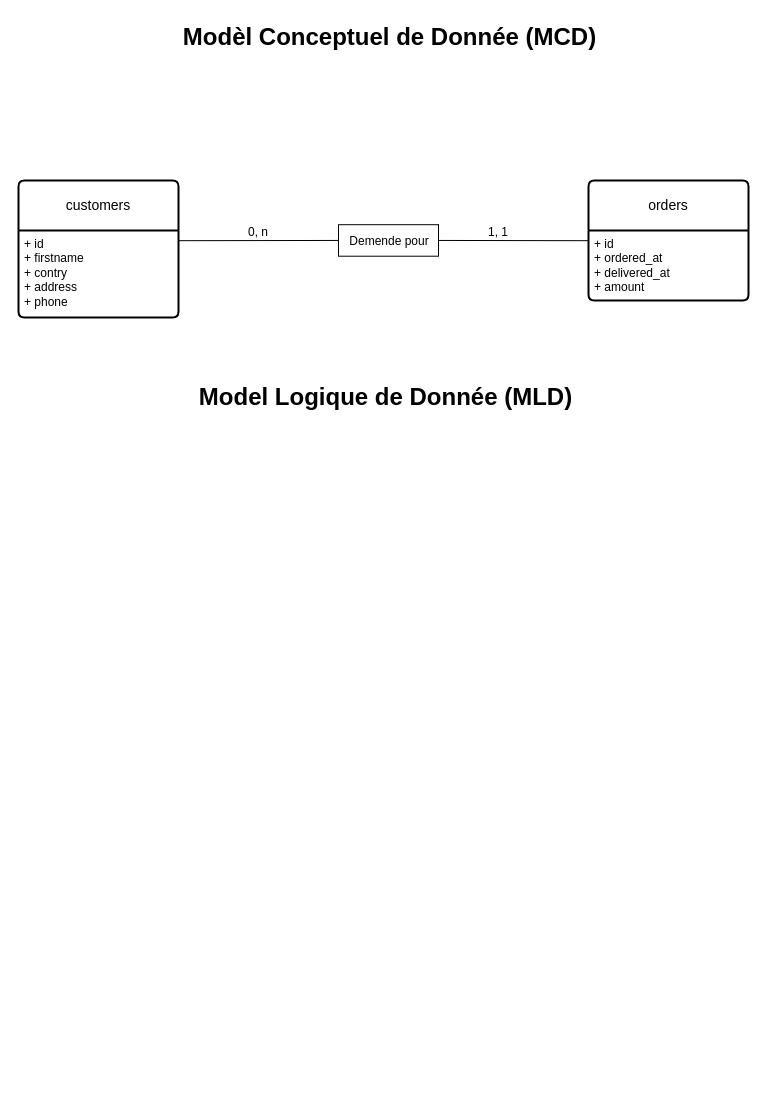
The draw.io diagram SAYNA-MERISESQL-ECOMMERCE.drawio in HenriRenri/SAYNA-MERISESQL-ECOMMERCE, before the edit. Source tidied: cells renumbered, new cells numbered last; positions are measured from the earlier drawing's top-left corner, leaving out a move shared by most shapes. Both pictures are drawn from the tidied source at 100%, with x=0, y=0 at pixel (18, 17).
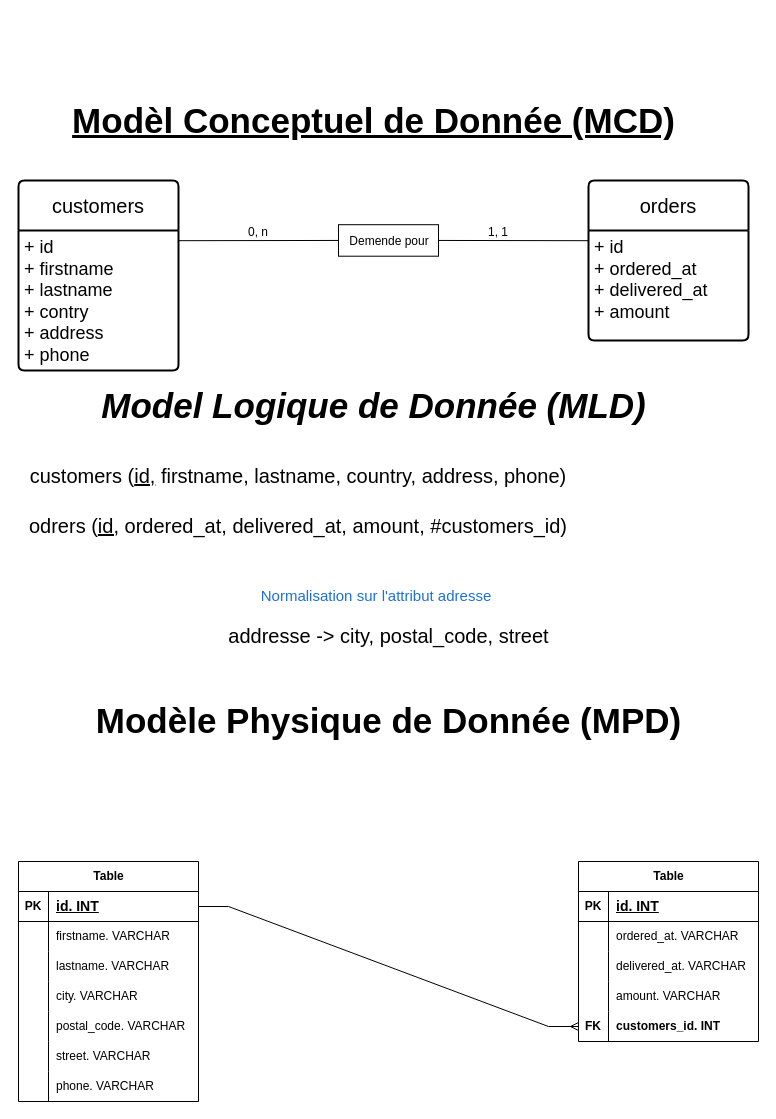
After the change.

Commit message (it also covers changes not shown here):
Mettre à jour SAYNA-MERISESQL-ECOMMERCE.drawio

What changed in the source:
```diff
@@
-    <mxCell id="2" value="customers" style="swimlane;horizontal=1;startSize=50;rounded=1;fontSize=14;fontStyle=0;strokeWidth=2;shadow=0;dashed=0;align=center;arcSize=4;whiteSpace=wrap;html=1;" parent="1" vertex="1">
-      <mxGeometry y="163" width="160" height="137" as="geometry" />
+    <mxCell id="2" value="&lt;font style=&quot;font-size: 20px;&quot;&gt;customers&lt;/font&gt;" style="swimlane;horizontal=1;startSize=50;rounded=1;fontSize=14;fontStyle=0;strokeWidth=2;shadow=0;dashed=0;align=center;arcSize=4;whiteSpace=wrap;html=1;" parent="1" vertex="1">
+      <mxGeometry y="163" width="160" height="190" as="geometry" />
     </mxCell>
-    <mxCell id="3" value="+ id&lt;br&gt;+ firstname&lt;br&gt;&lt;div&gt;+ contry&lt;/div&gt;&lt;div&gt;+ address&lt;/div&gt;&lt;div&gt;+ phone&lt;br&gt;&lt;/div&gt;" style="align=left;strokeColor=none;fillColor=none;spacingLeft=4;fontSize=12;verticalAlign=top;html=1;" parent="2" vertex="1">
-      <mxGeometry y="50" width="160" height="87" as="geometry" />
+    <mxCell id="3" value="&lt;font style=&quot;font-size: 18px;&quot;&gt;+ id&lt;br&gt;&lt;/font&gt;&lt;div style=&quot;font-size: 18px;&quot;&gt;&lt;font style=&quot;font-size: 18px;&quot;&gt;+ firstname&lt;/font&gt;&lt;/div&gt;&lt;div style=&quot;font-size: 18px;&quot;&gt;&lt;font style=&quot;font-size: 18px;&quot;&gt;+ lastname&lt;br&gt;&lt;/font&gt;&lt;/div&gt;&lt;div style=&quot;font-size: 18px;&quot;&gt;&lt;font style=&quot;font-size: 18px;&quot;&gt;+ contry&lt;/font&gt;&lt;/div&gt;&lt;div style=&quot;font-size: 18px;&quot;&gt;&lt;font style=&quot;font-size: 18px;&quot;&gt;+ address&lt;/font&gt;&lt;/div&gt;&lt;div style=&quot;font-size: 18px;&quot;&gt;&lt;font style=&quot;font-size: 18px;&quot;&gt;+ phone&lt;font style=&quot;font-size: 18px;&quot;&gt;&lt;br&gt;&lt;/font&gt;&lt;/font&gt;&lt;/div&gt;" style="align=left;strokeColor=none;fillColor=none;spacingLeft=4;fontSize=12;verticalAlign=top;html=1;" parent="2" vertex="1">
+      <mxGeometry y="50" width="160" height="140" as="geometry" />
     </mxCell>
-    <mxCell id="4" value="Modèl Conceptuel de Donnée (MCD)" style="text;strokeColor=none;fillColor=none;html=1;fontSize=24;fontStyle=1;verticalAlign=middle;align=center;" parent="1" vertex="1">
-      <mxGeometry x="130" width="481" height="40" as="geometry" />
+    <mxCell id="4" value="&lt;font style=&quot;font-size: 35px;&quot;&gt;&lt;u&gt;Modèl Conceptuel de Donnée (MCD)&lt;/u&gt;&lt;/font&gt;" style="text;strokeColor=none;fillColor=none;html=1;fontSize=24;fontStyle=1;verticalAlign=middle;align=center;" parent="1" vertex="1">
+      <mxGeometry x="40" y="83" width="630" height="40" as="geometry" />
     </mxCell>
-    <mxCell id="5" value="orders" style="swimlane;horizontal=1;startSize=50;rounded=1;fontSize=14;fontStyle=0;strokeWidth=2;shadow=0;dashed=0;align=center;arcSize=4;whiteSpace=wrap;html=1;" parent="1" vertex="1">
-      <mxGeometry x="570" y="163" width="160" height="120" as="geometry" />
+    <mxCell id="5" value="&lt;font style=&quot;font-size: 20px;&quot;&gt;orders&lt;/font&gt;" style="swimlane;horizontal=1;startSize=50;rounded=1;fontSize=14;fontStyle=0;strokeWidth=2;shadow=0;dashed=0;align=center;arcSize=4;whiteSpace=wrap;html=1;" parent="1" vertex="1">
+      <mxGeometry x="570" y="163" width="160" height="160" as="geometry" />
     </mxCell>
@@
-    <mxCell id="7" value="+ id&lt;br&gt;+ ordered_at&lt;br&gt;&lt;div&gt;+ delivered_at&lt;/div&gt;&lt;div&gt;+ amount&lt;br&gt;&lt;/div&gt;" style="align=left;strokeColor=none;fillColor=none;spacingLeft=4;fontSize=12;verticalAlign=top;html=1;" parent="5" vertex="1">
-      <mxGeometry y="50" width="160" height="70" as="geometry" />
+    <mxCell id="7" value="&lt;font style=&quot;font-size: 18px;&quot;&gt;+ id&lt;br&gt;+ ordered_at&lt;br&gt;&lt;/font&gt;&lt;div style=&quot;font-size: 18px;&quot;&gt;&lt;font style=&quot;font-size: 18px;&quot;&gt;+ delivered_at&lt;/font&gt;&lt;/div&gt;&lt;div style=&quot;font-size: 18px;&quot;&gt;&lt;font style=&quot;font-size: 18px;&quot;&gt;+ amount&lt;font style=&quot;font-size: 18px;&quot;&gt;&lt;br&gt;&lt;/font&gt;&lt;/font&gt;&lt;/div&gt;" style="align=left;strokeColor=none;fillColor=none;spacingLeft=4;fontSize=12;verticalAlign=top;html=1;" parent="5" vertex="1">
+      <mxGeometry y="50" width="160" height="110" as="geometry" />
     </mxCell>
-    <mxCell id="8" value="Model Logique de Donnée (MLD)" style="text;strokeColor=none;fillColor=none;html=1;fontSize=24;fontStyle=1;verticalAlign=middle;align=center;" parent="1" vertex="1">
-      <mxGeometry x="164" y="360" width="406" height="40" as="geometry" />
+    <mxCell id="8" value="&lt;i&gt;&lt;font style=&quot;font-size: 35px;&quot;&gt;Model Logique de Donnée (MLD)&lt;/font&gt;&lt;/i&gt;" style="text;strokeColor=none;fillColor=none;html=1;fontSize=24;fontStyle=1;verticalAlign=middle;align=center;" parent="1" vertex="1">
+      <mxGeometry x="62" y="363" width="586" height="50" as="geometry" />
     </mxCell>
@@
+    <mxCell id="14" value="&lt;font style=&quot;font-size: 20px;&quot;&gt;customers (&lt;u&gt;id,&lt;/u&gt; firstname, lastname, country, address, phone)&lt;/font&gt;" style="text;html=1;strokeColor=none;fillColor=none;align=center;verticalAlign=middle;whiteSpace=wrap;rounded=0;" parent="1" vertex="1">
+      <mxGeometry y="443" width="560" height="30" as="geometry" />
+    </mxCell>
+    <mxCell id="15" value="&lt;font style=&quot;font-size: 20px;&quot;&gt;odrers (&lt;u&gt;id,&lt;/u&gt; ordered_at, delivered_at, amount, &lt;/font&gt;&lt;font style=&quot;font-size: 20px;&quot;&gt; #customers_id&lt;/font&gt;&lt;font style=&quot;font-size: 20px;&quot;&gt;)&lt;/font&gt;" style="text;html=1;strokeColor=none;fillColor=none;align=center;verticalAlign=middle;whiteSpace=wrap;rounded=0;" parent="1" vertex="1">
+      <mxGeometry y="493" width="560" height="30" as="geometry" />
+    </mxCell>
+    <mxCell id="16" value="&lt;font size=&quot;1&quot; color=&quot;#1c71d8&quot;&gt;&lt;span style=&quot;background-color: rgb(255, 255, 255); font-size: 15px;&quot;&gt;Normalisation sur l'attribut adresse&lt;/span&gt;&lt;/font&gt;" style="text;html=1;strokeColor=none;fillColor=none;align=center;verticalAlign=middle;whiteSpace=wrap;rounded=0;" parent="1" vertex="1">
+      <mxGeometry x="213" y="563" width="290" height="30" as="geometry" />
+    </mxCell>
+    <mxCell id="17" value="&lt;font style=&quot;font-size: 20px;&quot;&gt;addresse -&amp;gt; city, postal_code, street&lt;br&gt;&lt;/font&gt;" style="text;html=1;strokeColor=none;fillColor=none;align=center;verticalAlign=middle;whiteSpace=wrap;rounded=0;" parent="1" vertex="1">
+      <mxGeometry x="187.5" y="603" width="365" height="30" as="geometry" />
+    </mxCell>
+    <mxCell id="18" value="Table" style="shape=table;startSize=30;childLayout=tableLayout;rowLines=0;fontStyle=1;align=center;html=1;" parent="1" vertex="1">
+      <mxGeometry y="844" width="180" height="240" as="geometry" />
+    </mxCell>
+    <mxCell id="19" style="shape=tableRow;horizontal=0;startSize=0;swimlaneHead=0;swimlaneBody=0;fillColor=none;points=[[0,0.5],[1,0.5]];portConstraint=eastwest;top=0;left=0;right=0;bottom=1;" parent="18" vertex="1">
+      <mxGeometry y="30" width="180" height="30" as="geometry" />
+    </mxCell>
+    <mxCell id="20" value="PK" style="shape=partialRectangle;fillColor=none;top=0;left=0;bottom=0;right=0;fontStyle=1;overflow=hidden;whiteSpace=wrap;html=1;" parent="19" vertex="1">
+      <mxGeometry width="30" height="30" as="geometry" />
+    </mxCell>
+    <mxCell id="21" value="&lt;font style=&quot;font-size: 14px;&quot;&gt;id. INT&lt;/font&gt;" style="shape=partialRectangle;fillColor=none;top=0;left=0;bottom=0;right=0;align=left;spacingLeft=6;fontStyle=5;overflow=hidden;whiteSpace=wrap;html=1;" parent="19" vertex="1">
+      <mxGeometry x="30" width="150" height="30" as="geometry" />
+    </mxCell>
+    <mxCell id="22" style="shape=tableRow;horizontal=0;startSize=0;swimlaneHead=0;swimlaneBody=0;fillColor=none;top=0;left=0;right=0;bottom=0;" parent="18" vertex="1">
+      <mxGeometry y="60" width="180" height="30" as="geometry" />
+    </mxCell>
+    <mxCell id="23" style="shape=partialRectangle;fillColor=none;top=0;left=0;bottom=0;right=0;overflow=hidden;whiteSpace=wrap;html=1;" parent="22" vertex="1">
+      <mxGeometry width="30" height="30" as="geometry" />
+    </mxCell>
+    <mxCell id="24" value="firstname. VARCHAR" style="shape=partialRectangle;fillColor=none;top=0;left=0;bottom=0;right=0;align=left;spacingLeft=6;overflow=hidden;whiteSpace=wrap;html=1;" parent="22" vertex="1">
+      <mxGeometry x="30" width="150" height="30" as="geometry" />
+    </mxCell>
+    <mxCell id="25" style="shape=tableRow;horizontal=0;startSize=0;swimlaneHead=0;swimlaneBody=0;fillColor=none;top=0;left=0;right=0;bottom=0;" parent="18" vertex="1">
+      <mxGeometry y="90" width="180" height="30" as="geometry" />
+    </mxCell>
+    <mxCell id="26" style="shape=partialRectangle;fillColor=none;top=0;left=0;bottom=0;right=0;overflow=hidden;whiteSpace=wrap;html=1;" parent="25" vertex="1">
+      <mxGeometry width="30" height="30" as="geometry" />
+    </mxCell>
+    <mxCell id="27" value="lastname. VARCHAR" style="shape=partialRectangle;fillColor=none;top=0;left=0;bottom=0;right=0;align=left;spacingLeft=6;overflow=hidden;whiteSpace=wrap;html=1;" parent="25" vertex="1">
+      <mxGeometry x="30" width="150" height="30" as="geometry" />
+    </mxCell>
+    <mxCell id="28" style="shape=tableRow;horizontal=0;startSize=0;swimlaneHead=0;swimlaneBody=0;fillColor=none;top=0;left=0;right=0;bottom=0;" parent="18" vertex="1">
+      <mxGeometry y="120" width="180" height="30" as="geometry" />
+    </mxCell>
+    <mxCell id="29" style="shape=partialRectangle;fillColor=none;top=0;left=0;bottom=0;right=0;overflow=hidden;whiteSpace=wrap;html=1;" parent="28" vertex="1">
+      <mxGeometry width="30" height="30" as="geometry" />
+    </mxCell>
+    <mxCell id="30" value="city. VARCHAR" style="shape=partialRectangle;fillColor=none;top=0;left=0;bottom=0;right=0;align=left;spacingLeft=6;overflow=hidden;whiteSpace=wrap;html=1;" parent="28" vertex="1">
+      <mxGeometry x="30" width="150" height="30" as="geometry" />
+    </mxCell>
+    <mxCell id="31" style="shape=tableRow;horizontal=0;startSize=0;swimlaneHead=0;swimlaneBody=0;fillColor=none;top=0;left=0;right=0;bottom=0;" parent="18" vertex="1">
+      <mxGeometry y="150" width="180" height="30" as="geometry" />
+    </mxCell>
+    <mxCell id="32" style="shape=partialRectangle;fillColor=none;top=0;left=0;bottom=0;right=0;overflow=hidden;whiteSpace=wrap;html=1;" parent="31" vertex="1">
+      <mxGeometry width="30" height="30" as="geometry" />
+    </mxCell>
+    <mxCell id="33" value="postal_code. VARCHAR" style="shape=partialRectangle;fillColor=none;top=0;left=0;bottom=0;right=0;align=left;spacingLeft=6;overflow=hidden;whiteSpace=wrap;html=1;" parent="31" vertex="1">
+      <mxGeometry x="30" width="150" height="30" as="geometry" />
+    </mxCell>
+    <mxCell id="34" style="shape=tableRow;horizontal=0;startSize=0;swimlaneHead=0;swimlaneBody=0;fillColor=none;top=0;left=0;right=0;bottom=0;" parent="18" vertex="1">
+      <mxGeometry y="180" width="180" height="30" as="geometry" />
+    </mxCell>
+    <mxCell id="35" style="shape=partialRectangle;fillColor=none;top=0;left=0;bottom=0;right=0;overflow=hidden;whiteSpace=wrap;html=1;" parent="34" vertex="1">
+      <mxGeometry width="30" height="30" as="geometry" />
+    </mxCell>
+    <mxCell id="36" value="street. VARCHAR" style="shape=partialRectangle;fillColor=none;top=0;left=0;bottom=0;right=0;align=left;spacingLeft=6;overflow=hidden;whiteSpace=wrap;html=1;" parent="34" vertex="1">
+      <mxGeometry x="30" width="150" height="30" as="geometry" />
+    </mxCell>
+    <mxCell id="37" style="shape=tableRow;horizontal=0;startSize=0;swimlaneHead=0;swimlaneBody=0;fillColor=none;top=0;left=0;right=0;bottom=0;" parent="18" vertex="1">
+      <mxGeometry y="210" width="180" height="30" as="geometry" />
+    </mxCell>
+    <mxCell id="38" style="shape=partialRectangle;fillColor=none;top=0;left=0;bottom=0;right=0;overflow=hidden;whiteSpace=wrap;html=1;" parent="37" vertex="1">
+      <mxGeometry width="30" height="30" as="geometry" />
+    </mxCell>
+    <mxCell id="39" value="phone. VARCHAR" style="shape=partialRectangle;fillColor=none;top=0;left=0;bottom=0;right=0;align=left;spacingLeft=6;overflow=hidden;whiteSpace=wrap;html=1;" parent="37" vertex="1">
+      <mxGeometry x="30" width="150" height="30" as="geometry" />
+    </mxCell>
+    <mxCell id="40" value="&lt;font style=&quot;font-size: 35px;&quot;&gt;Modèle Physique de Donnée (MPD)&lt;/font&gt;" style="text;strokeColor=none;fillColor=none;html=1;fontSize=24;fontStyle=1;verticalAlign=middle;align=center;" parent="1" vertex="1">
+      <mxGeometry x="72.5" y="683" width="595" height="40" as="geometry" />
+    </mxCell>
+    <mxCell id="41" value="Table" style="shape=table;startSize=30;childLayout=tableLayout;rowLines=0;fontStyle=1;align=center;html=1;" parent="1" vertex="1">
+      <mxGeometry x="560" y="844" width="180" height="180" as="geometry" />
+    </mxCell>
+    <mxCell id="42" style="shape=tableRow;horizontal=0;startSize=0;swimlaneHead=0;swimlaneBody=0;fillColor=none;top=0;left=0;right=0;bottom=1;" parent="41" vertex="1">
+      <mxGeometry y="30" width="180" height="30" as="geometry" />
+    </mxCell>
+    <mxCell id="43" value="PK" style="shape=partialRectangle;fillColor=none;top=0;left=0;bottom=0;right=0;fontStyle=1;overflow=hidden;whiteSpace=wrap;html=1;" parent="42" vertex="1">
+      <mxGeometry width="30" height="30" as="geometry" />
+    </mxCell>
+    <mxCell id="44" value="&lt;font style=&quot;font-size: 14px;&quot;&gt;id. INT&lt;/font&gt;" style="shape=partialRectangle;fillColor=none;top=0;left=0;bottom=0;right=0;align=left;spacingLeft=6;fontStyle=5;overflow=hidden;whiteSpace=wrap;html=1;" parent="42" vertex="1">
+      <mxGeometry x="30" width="150" height="30" as="geometry" />
+    </mxCell>
+    <mxCell id="45" style="shape=tableRow;horizontal=0;startSize=0;swimlaneHead=0;swimlaneBody=0;fillColor=none;top=0;left=0;right=0;bottom=0;" parent="41" vertex="1">
+      <mxGeometry y="60" width="180" height="30" as="geometry" />
+    </mxCell>
+    <mxCell id="46" style="shape=partialRectangle;fillColor=none;top=0;left=0;bottom=0;right=0;overflow=hidden;whiteSpace=wrap;html=1;" parent="45" vertex="1">
+      <mxGeometry width="30" height="30" as="geometry" />
+    </mxCell>
+    <mxCell id="47" value="ordered_at. VARCHAR" style="shape=partialRectangle;fillColor=none;top=0;left=0;bottom=0;right=0;align=left;spacingLeft=6;overflow=hidden;whiteSpace=wrap;html=1;" parent="45" vertex="1">
+      <mxGeometry x="30" width="150" height="30" as="geometry" />
+    </mxCell>
+    <mxCell id="48" style="shape=tableRow;horizontal=0;startSize=0;swimlaneHead=0;swimlaneBody=0;fillColor=none;top=0;left=0;right=0;bottom=0;" parent="41" vertex="1">
+      <mxGeometry y="90" width="180" height="30" as="geometry" />
+    </mxCell>
+    <mxCell id="49" style="shape=partialRectangle;fillColor=none;top=0;left=0;bottom=0;right=0;overflow=hidden;whiteSpace=wrap;html=1;" parent="48" vertex="1">
+      <mxGeometry width="30" height="30" as="geometry" />
+    </mxCell>
+    <mxCell id="50" value="delivered_at. VARCHAR" style="shape=partialRectangle;fillColor=none;top=0;left=0;bottom=0;right=0;align=left;spacingLeft=6;overflow=hidden;whiteSpace=wrap;html=1;" parent="48" vertex="1">
+      <mxGeometry x="30" width="150" height="30" as="geometry" />
+    </mxCell>
+    <mxCell id="51" style="shape=tableRow;horizontal=0;startSize=0;swimlaneHead=0;swimlaneBody=0;fillColor=none;top=0;left=0;right=0;bottom=0;" parent="41" vertex="1">
+      <mxGeometry y="120" width="180" height="30" as="geometry" />
+    </mxCell>
+    <mxCell id="52" style="shape=partialRectangle;fillColor=none;top=0;left=0;bottom=0;right=0;overflow=hidden;whiteSpace=wrap;html=1;" parent="51" vertex="1">
+      <mxGeometry width="30" height="30" as="geometry" />
+    </mxCell>
+    <mxCell id="53" value="amount. VARCHAR" style="shape=partialRectangle;fillColor=none;top=0;left=0;bottom=0;right=0;align=left;spacingLeft=6;overflow=hidden;whiteSpace=wrap;html=1;" parent="51" vertex="1">
+      <mxGeometry x="30" width="150" height="30" as="geometry" />
+    </mxCell>
+    <mxCell id="54" style="shape=tableRow;horizontal=0;startSize=0;swimlaneHead=0;swimlaneBody=0;fillColor=none;points=[[0,0.5],[1,0.5]];portConstraint=eastwest;top=0;left=0;right=0;bottom=0;" parent="41" vertex="1">
+      <mxGeometry y="150" width="180" height="30" as="geometry" />
+    </mxCell>
+    <mxCell id="55" value="&lt;b&gt;FK&lt;/b&gt;" style="shape=partialRectangle;fillColor=none;top=0;left=0;bottom=0;right=0;overflow=hidden;whiteSpace=wrap;html=1;" parent="54" vertex="1">
+      <mxGeometry width="30" height="30" as="geometry" />
+    </mxCell>
+    <mxCell id="56" value="&lt;b&gt;customers_id. INT&lt;/b&gt;" style="shape=partialRectangle;fillColor=none;top=0;left=0;bottom=0;right=0;align=left;spacingLeft=6;overflow=hidden;whiteSpace=wrap;html=1;" parent="54" vertex="1">
+      <mxGeometry x="30" width="150" height="30" as="geometry" />
+    </mxCell>
+    <mxCell id="57" style="edgeStyle=entityRelationEdgeStyle;fontSize=12;html=1;endArrow=ERmany;rounded=0;entryX=0;entryY=0.5;entryDx=0;entryDy=0;" parent="1" edge="1" source="19" target="54">
+      <mxGeometry relative="1" as="geometry" />
+    </mxCell>
```
